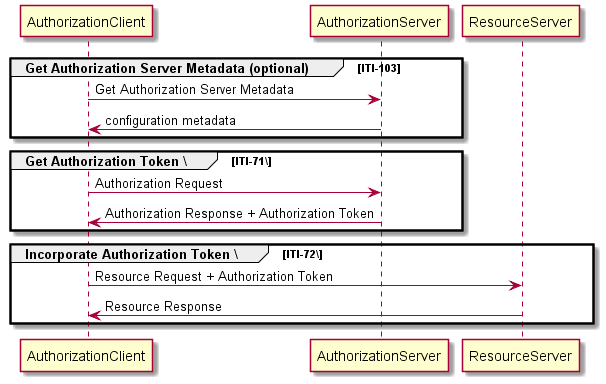
This is IUA.b/media/basic-flow.png from IHE/IT-Infrastructure, a PlantUML export, as it was before one commit. Its diagram source:
```plantuml
@startuml basic-flow

group Get Authorization Server Metadata (optional) [ITI-103]
AuthorizationClient -> AuthorizationServer : Get Authorization Server Metadata
AuthorizationClient <- AuthorizationServer : configuration metadata
end

group Get Authorization Token \[ITI-71\]
AuthorizationClient -> AuthorizationServer : Authorization Request
AuthorizationClient <- AuthorizationServer : Authorization Response + Authorization Token
end

group Incorporate Authorization Token \[ITI-72\]
AuthorizationClient -> ResourceServer : Resource Request + Authorization Token
AuthorizationClient <- ResourceServer : Resource Response
end

@enduml
```
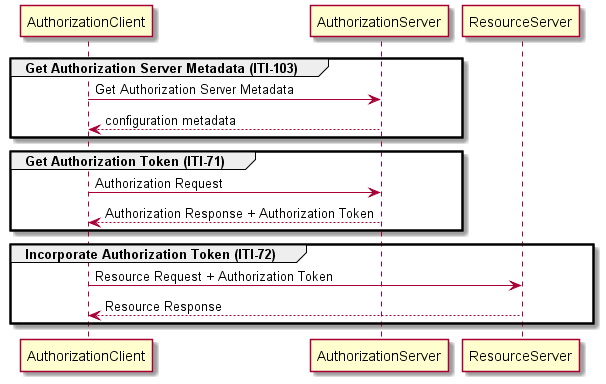
The same diagram one commit later.

Change to the diagram source:
```diff
@@ -1,18 +1,18 @@
 @startuml basic-flow
 
-group Get Authorization Server Metadata (optional) [ITI-103]
+group Get Authorization Server Metadata (ITI-103)
 AuthorizationClient -> AuthorizationServer : Get Authorization Server Metadata
-AuthorizationClient <- AuthorizationServer : configuration metadata
+AuthorizationClient <-- AuthorizationServer : configuration metadata
 end
 
-group Get Authorization Token \[ITI-71\]
+group Get Authorization Token (ITI-71)
 AuthorizationClient -> AuthorizationServer : Authorization Request
-AuthorizationClient <- AuthorizationServer : Authorization Response + Authorization Token
+AuthorizationClient <-- AuthorizationServer : Authorization Response + Authorization Token
 end
 
-group Incorporate Authorization Token \[ITI-72\]
+group Incorporate Authorization Token (ITI-72)
 AuthorizationClient -> ResourceServer : Resource Request + Authorization Token
-AuthorizationClient <- ResourceServer : Resource Response
+AuthorizationClient <-- ResourceServer : Resource Response
 end
 
 @enduml
```
